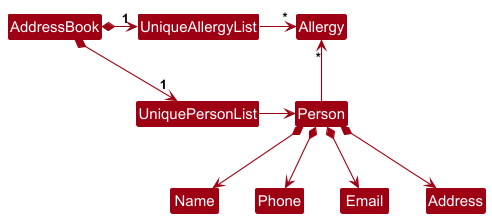
The PlantUML diagram docs/images/BetterModelClassDiagram.png in nus-cs2103-AY2425S1/tp, before a commit.
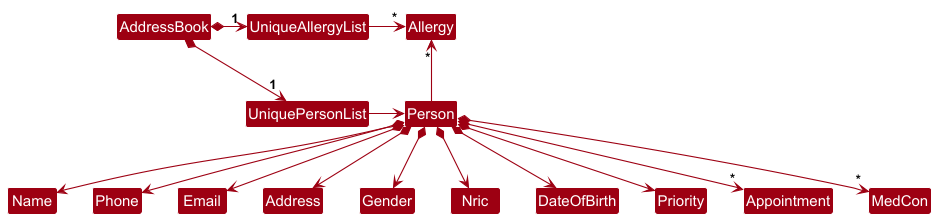
Later version of the same file.

What changed in the source:
```diff
@@ -18,4 +18,10 @@
 Person *--> Phone
 Person *--> Email
 Person *--> Address
+Person *--> Gender
+Person *--> Nric
+Person *--> DateOfBirth
+Person *--> Priority
+Person *--> "*" Appointment
+Person *--> "*" MedCon
 @enduml
```
